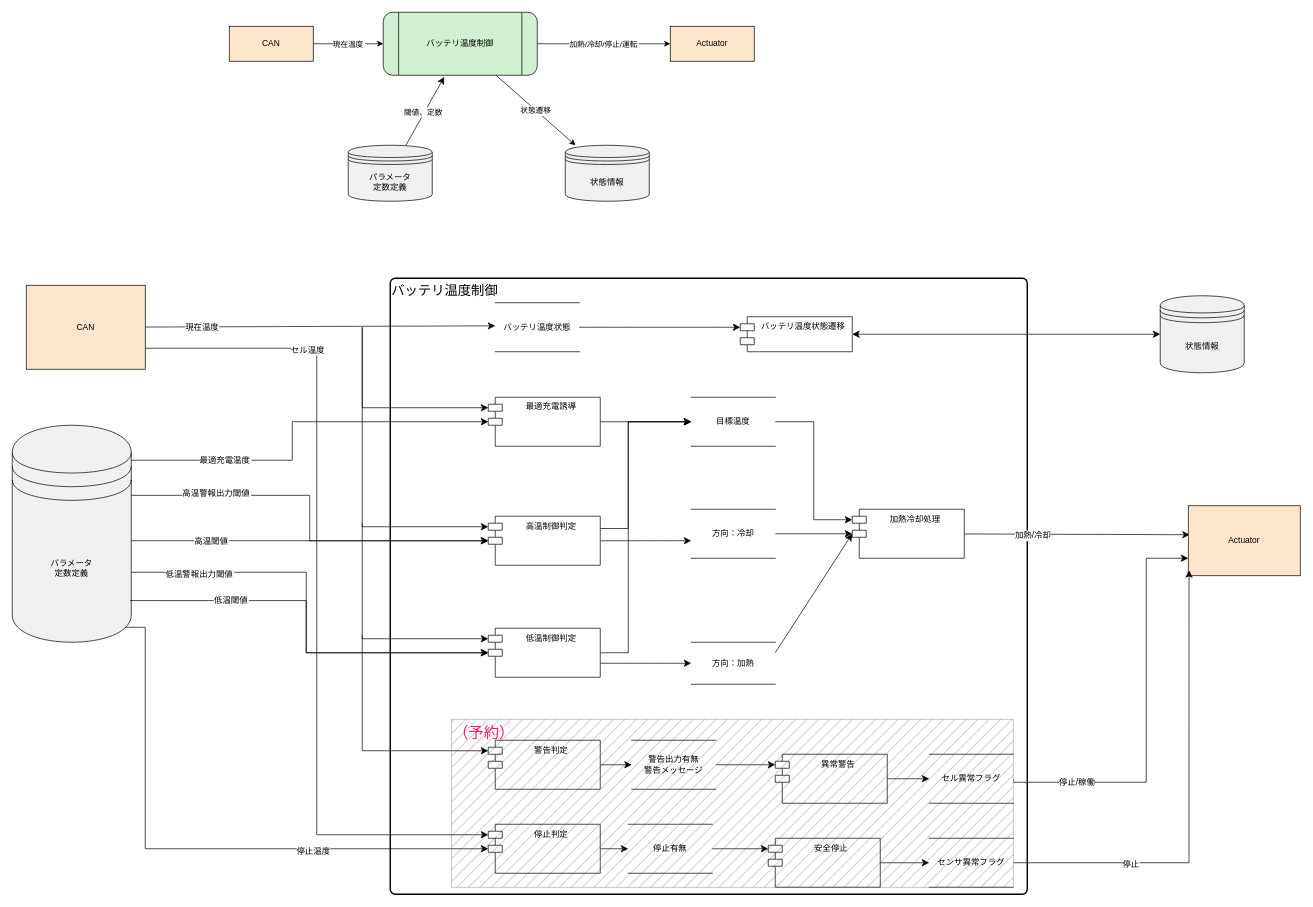
KazYag/nyaTraining-python-project keeps this draw.io diagram as Specification/battery_temp_control_dfd_level0.drawio. Above is the earlier version. Source tidied: cells renumbered, new cells numbered last; positions are measured from the earlier drawing's top-left corner, leaving out a move shared by most shapes. Both pictures are drawn from the tidied source at 70%, with x=0, y=0 at pixel (12, 12).
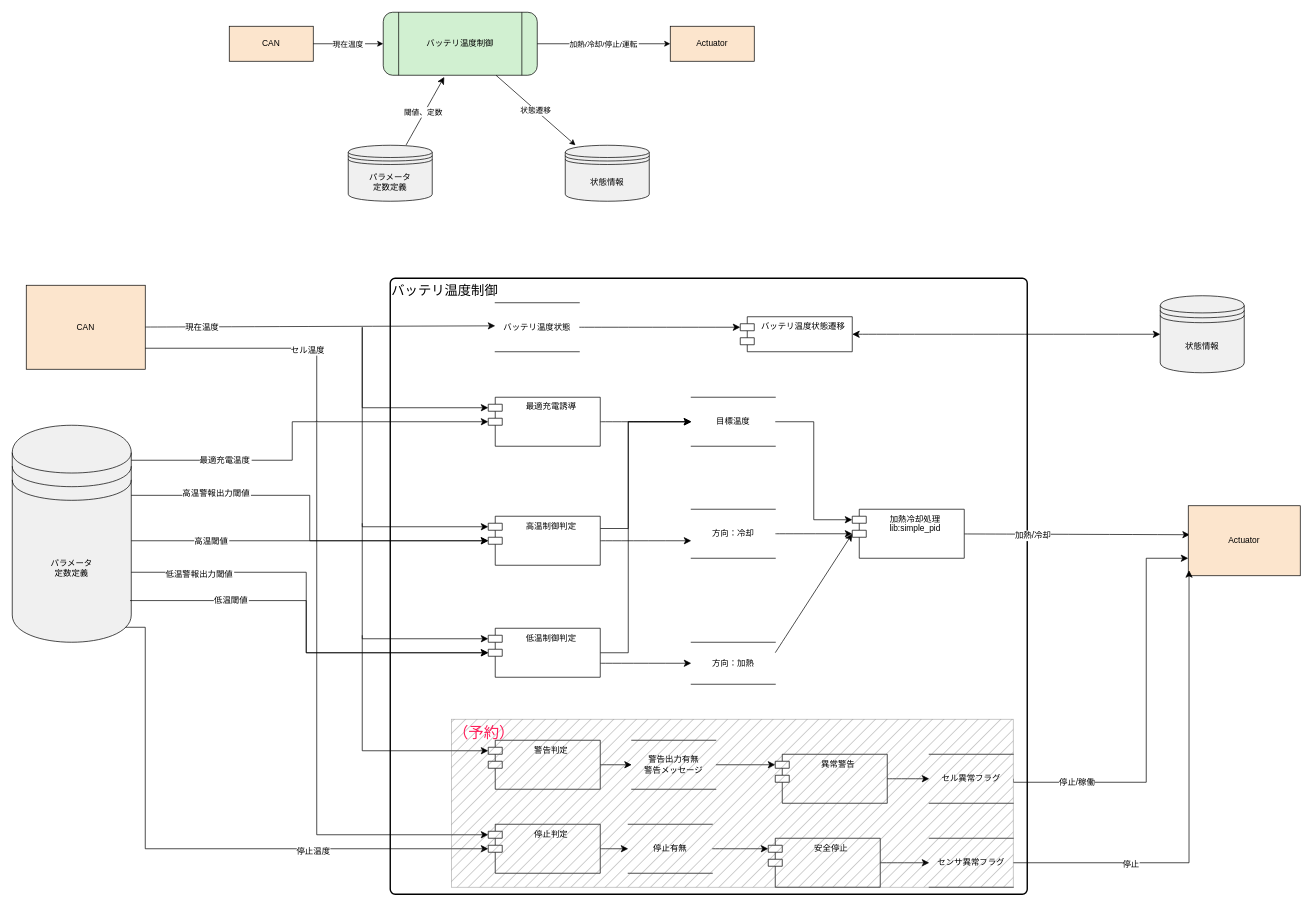
The same page after the edit.

What changed in the source:
```diff
@@
-    <mxCell id="23" value="&lt;p style=&quot;margin-top: 0pt; margin-bottom: 0pt; margin-left: 0in; direction: ltr; unicode-bidi: embed; vertical-align: middle; word-break: normal;&quot;&gt;加熱冷却処理&lt;/p&gt;" style="shape=module;align=left;spacingLeft=20;align=center;verticalAlign=top;whiteSpace=wrap;html=1;" parent="1" vertex="1">
+    <mxCell id="23" value="&lt;p style=&quot;margin-top: 0pt; margin-bottom: 0pt; margin-left: 0in; direction: ltr; unicode-bidi: embed; vertical-align: middle; word-break: normal;&quot;&gt;加熱冷却処理&lt;/p&gt;&lt;p style=&quot;margin-top: 0pt; margin-bottom: 0pt; margin-left: 0in; direction: ltr; unicode-bidi: embed; vertical-align: middle; word-break: normal;&quot;&gt;lib:&lt;span style=&quot;font-family: Aptos; background-color: transparent; color: light-dark(rgb(0, 0, 0), rgb(255, 255, 255));&quot;&gt;&lt;font&gt;simple_pid&lt;/font&gt;&lt;/span&gt;&lt;/p&gt;" style="shape=module;align=left;spacingLeft=20;align=center;verticalAlign=top;whiteSpace=wrap;html=1;" parent="1" vertex="1">
       <mxGeometry x="1200" y="710" width="160" height="70" as="geometry" />
     </mxCell>
```
